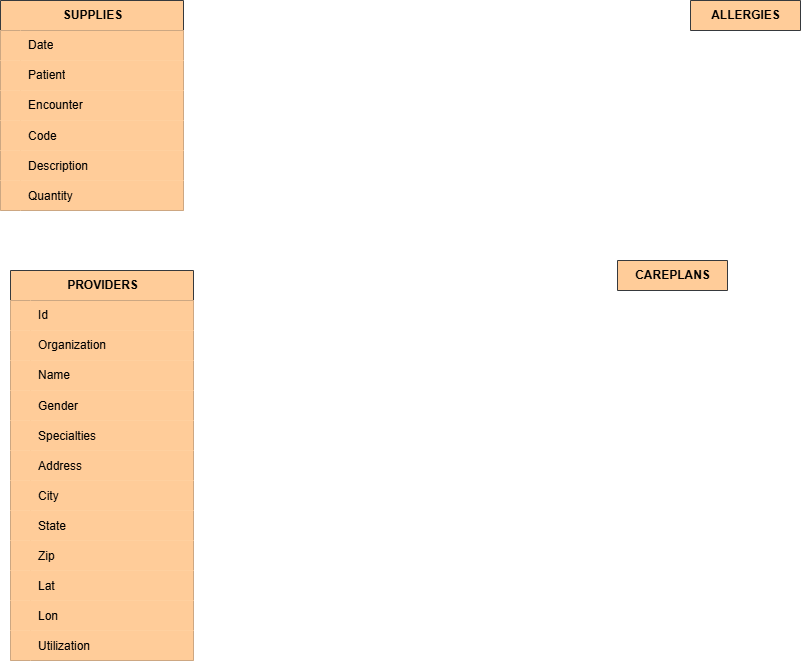
The draw.io diagram BigDataProject.drawio.png in UtsuroNoArashi/BigDataProject, before a commit. Source tidied: cells renumbered, new cells last; positions are measured from the earlier drawing's top-left corner, leaving out a move shared by most shapes.
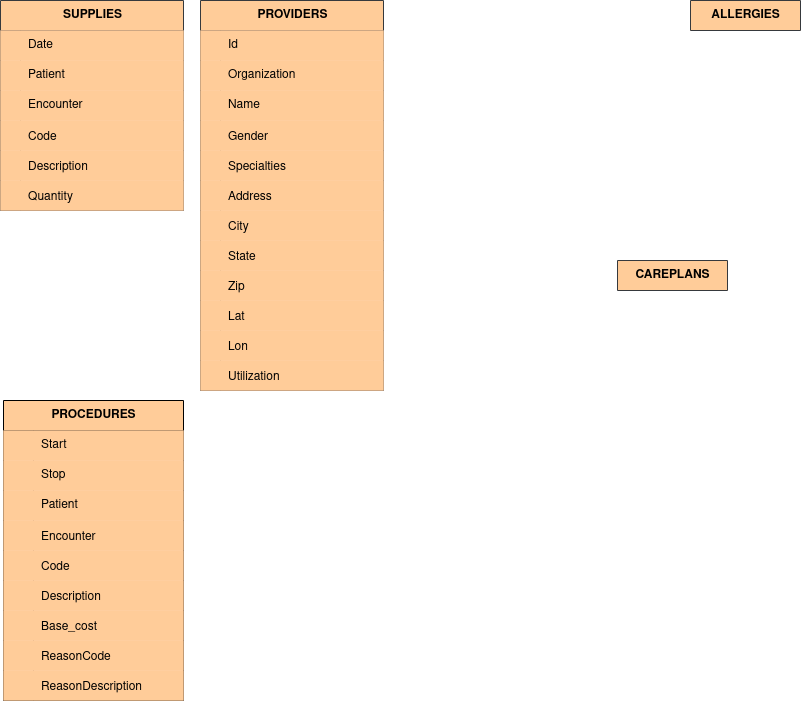
After the commit.

What changed in the source:
```diff
@@ -60,7 +60,7 @@
       <mxGeometry x="20" width="163" height="30" as="geometry" />
     </mxCell>
     <mxCell id="21" value="PROVIDERS" style="shape=table;startSize=30;rowLines=0;fontStyle=1;align=center;html=1;fillColor=light-dark(#FFCC99,#B98351);strokeColor=light-dark(#36393D,#DDE2E4);fontColor=light-dark(#000000,#000000);" parent="1" vertex="1">
-      <mxGeometry x="10" y="270" width="183" height="390" as="geometry" />
+      <mxGeometry x="200" width="183" height="390" as="geometry" />
     </mxCell>
     <mxCell id="22" style="shape=tableRow;horizontal=0;startSize=0;swimlaneHead=0;swimlaneBody=0;fillColor=light-dark(#FFCC99,#B98351);top=0;left=0;right=0;bottom=0;strokeColor=light-dark(#36393D,#DDE2E4);fontColor=light-dark(#000000,#000000);" parent="21" vertex="1">
       <mxGeometry y="30" width="183" height="30" as="geometry" />
@@ -173,6 +173,90 @@
     <mxCell id="58" value="ALLERGIES" style="shape=table;startSize=30;rowLines=0;fontStyle=1;align=center;html=1;fillColor=light-dark(#FFCC99,#B98351);strokeColor=light-dark(#36393D,#DDE2E4);fontColor=light-dark(#000000,#000000);" parent="1" vertex="1" collapsed="1">
       <mxGeometry x="690" width="110" height="30" as="geometry" />
     </mxCell>
+    <mxCell id="60" value="&lt;div&gt;PROCEDURES&lt;/div&gt;" style="shape=table;startSize=30;rowLines=0;fontStyle=1;align=center;html=1;fillColor=light-dark(#FFCC99,#B98351);strokeColor=default;fontColor=light-dark(#000000,#000000);" parent="1" vertex="1">
+      <mxGeometry x="3" y="400" width="180" height="300" as="geometry" />
+    </mxCell>
+    <mxCell id="61" style="shape=tableRow;horizontal=0;startSize=0;swimlaneHead=0;swimlaneBody=0;fillColor=light-dark(#FFCC99,#B98351);top=0;left=0;right=0;bottom=0;strokeColor=default;fontColor=light-dark(#000000,#000000);" parent="60" vertex="1">
+      <mxGeometry y="30" width="180" height="30" as="geometry" />
+    </mxCell>
+    <mxCell id="62" style="shape=partialRectangle;fillColor=light-dark(#FFCC99,#B98351);top=0;left=0;bottom=0;right=0;overflow=hidden;whiteSpace=wrap;html=1;strokeColor=default;fontColor=light-dark(#000000,#000000);" parent="61" vertex="1">
+      <mxGeometry width="30" height="30" as="geometry" />
+    </mxCell>
+    <mxCell id="63" value="Start&lt;span style=&quot;white-space: pre;&quot;&gt;&#9;&lt;/span&gt;" style="shape=partialRectangle;fillColor=light-dark(#FFCC99,#B98351);top=0;left=0;bottom=0;right=0;align=left;spacingLeft=6;overflow=hidden;whiteSpace=wrap;html=1;strokeColor=default;fontColor=light-dark(#000000,#000000);" parent="61" vertex="1">
+      <mxGeometry x="30" width="150" height="30" as="geometry" />
+    </mxCell>
+    <mxCell id="64" style="shape=tableRow;horizontal=0;startSize=0;swimlaneHead=0;swimlaneBody=0;fillColor=light-dark(#FFCC99,#B98351);top=0;left=0;right=0;bottom=0;strokeColor=default;fontColor=light-dark(#000000,#000000);" parent="60" vertex="1">
+      <mxGeometry y="60" width="180" height="30" as="geometry" />
+    </mxCell>
+    <mxCell id="65" style="shape=partialRectangle;fillColor=light-dark(#FFCC99,#B98351);top=0;left=0;bottom=0;right=0;overflow=hidden;whiteSpace=wrap;html=1;strokeColor=default;fontColor=light-dark(#000000,#000000);" parent="64" vertex="1">
+      <mxGeometry width="30" height="30" as="geometry" />
+    </mxCell>
+    <mxCell id="66" value="Stop" style="shape=partialRectangle;fillColor=light-dark(#FFCC99,#B98351);top=0;left=0;bottom=0;right=0;align=left;spacingLeft=6;overflow=hidden;whiteSpace=wrap;html=1;strokeColor=default;fontColor=light-dark(#000000,#000000);" parent="64" vertex="1">
+      <mxGeometry x="30" width="150" height="30" as="geometry" />
+    </mxCell>
+    <mxCell id="67" style="shape=tableRow;horizontal=0;startSize=0;swimlaneHead=0;swimlaneBody=0;fillColor=light-dark(#FFCC99,#B98351);top=0;left=0;right=0;bottom=0;strokeColor=default;fontColor=light-dark(#000000,#000000);" parent="60" vertex="1">
+      <mxGeometry y="90" width="180" height="30" as="geometry" />
+    </mxCell>
+    <mxCell id="68" style="shape=partialRectangle;fillColor=light-dark(#FFCC99,#B98351);top=0;left=0;bottom=0;right=0;overflow=hidden;whiteSpace=wrap;html=1;strokeColor=default;fontColor=light-dark(#000000,#000000);" parent="67" vertex="1">
+      <mxGeometry width="30" height="30" as="geometry" />
+    </mxCell>
+    <mxCell id="69" value="Patient" style="shape=partialRectangle;fillColor=light-dark(#FFCC99,#B98351);top=0;left=0;bottom=0;right=0;align=left;spacingLeft=6;overflow=hidden;whiteSpace=wrap;html=1;strokeColor=default;fontColor=light-dark(#000000,#000000);" parent="67" vertex="1">
+      <mxGeometry x="30" width="150" height="30" as="geometry" />
+    </mxCell>
+    <mxCell id="70" style="shape=tableRow;horizontal=0;startSize=0;swimlaneHead=0;swimlaneBody=0;fillColor=light-dark(#FFCC99,#B98351);top=0;left=0;right=0;bottom=0;strokeColor=default;fontColor=light-dark(#000000,#000000);" parent="60" vertex="1">
+      <mxGeometry y="120" width="180" height="30" as="geometry" />
+    </mxCell>
+    <mxCell id="71" style="shape=partialRectangle;fillColor=light-dark(#FFCC99,#B98351);top=0;left=0;bottom=0;right=0;overflow=hidden;strokeColor=default;fontColor=light-dark(#000000,#000000);" parent="70" vertex="1">
+      <mxGeometry width="30" height="30" as="geometry" />
+    </mxCell>
+    <mxCell id="72" value="Encounter" style="shape=partialRectangle;fillColor=light-dark(#FFCC99,#B98351);top=0;left=0;bottom=0;right=0;align=left;spacingLeft=6;overflow=hidden;strokeColor=default;fontColor=light-dark(#000000,#000000);" parent="70" vertex="1">
+      <mxGeometry x="30" width="150" height="30" as="geometry" />
+    </mxCell>
+    <mxCell id="73" style="shape=tableRow;horizontal=0;startSize=0;swimlaneHead=0;swimlaneBody=0;fillColor=light-dark(#FFCC99,#B98351);top=0;left=0;right=0;bottom=0;strokeColor=default;fontColor=light-dark(#000000,#000000);" parent="60" vertex="1">
+      <mxGeometry y="150" width="180" height="30" as="geometry" />
+    </mxCell>
+    <mxCell id="74" style="shape=partialRectangle;fillColor=light-dark(#FFCC99,#B98351);top=0;left=0;bottom=0;right=0;overflow=hidden;strokeColor=default;fontColor=light-dark(#000000,#000000);" parent="73" vertex="1">
+      <mxGeometry width="30" height="30" as="geometry" />
+    </mxCell>
+    <mxCell id="75" value="Code" style="shape=partialRectangle;fillColor=light-dark(#FFCC99,#B98351);top=0;left=0;bottom=0;right=0;align=left;spacingLeft=6;overflow=hidden;strokeColor=default;fontColor=light-dark(#000000,#000000);" parent="73" vertex="1">
+      <mxGeometry x="30" width="150" height="30" as="geometry" />
+    </mxCell>
+    <mxCell id="76" style="shape=tableRow;horizontal=0;startSize=0;swimlaneHead=0;swimlaneBody=0;fillColor=light-dark(#FFCC99,#B98351);top=0;left=0;right=0;bottom=0;strokeColor=default;fontColor=light-dark(#000000,#000000);" parent="60" vertex="1">
+      <mxGeometry y="180" width="180" height="30" as="geometry" />
+    </mxCell>
+    <mxCell id="77" style="shape=partialRectangle;fillColor=light-dark(#FFCC99,#B98351);top=0;left=0;bottom=0;right=0;overflow=hidden;strokeColor=default;fontColor=light-dark(#000000,#000000);" parent="76" vertex="1">
+      <mxGeometry width="30" height="30" as="geometry" />
+    </mxCell>
+    <mxCell id="78" value="Description" style="shape=partialRectangle;fillColor=light-dark(#FFCC99,#B98351);top=0;left=0;bottom=0;right=0;align=left;spacingLeft=6;overflow=hidden;strokeColor=default;fontColor=light-dark(#000000,#000000);" parent="76" vertex="1">
+      <mxGeometry x="30" width="150" height="30" as="geometry" />
+    </mxCell>
+    <mxCell id="79" style="shape=tableRow;horizontal=0;startSize=0;swimlaneHead=0;swimlaneBody=0;fillColor=light-dark(#FFCC99,#B98351);top=0;left=0;right=0;bottom=0;strokeColor=default;fontColor=light-dark(#000000,#000000);" parent="60" vertex="1">
+      <mxGeometry y="210" width="180" height="30" as="geometry" />
+    </mxCell>
+    <mxCell id="80" value="    " style="shape=partialRectangle;fillColor=light-dark(#FFCC99,#B98351);top=0;left=0;bottom=0;right=0;overflow=hidden;strokeColor=default;fontColor=light-dark(#000000,#000000);" parent="79" vertex="1">
+      <mxGeometry width="30" height="30" as="geometry" />
+    </mxCell>
+    <mxCell id="81" value="Base_cost" style="shape=partialRectangle;fillColor=light-dark(#FFCC99,#B98351);top=0;left=0;bottom=0;right=0;align=left;spacingLeft=6;overflow=hidden;strokeColor=default;fontColor=light-dark(#000000,#000000);" parent="79" vertex="1">
+      <mxGeometry x="30" width="150" height="30" as="geometry" />
+    </mxCell>
+    <mxCell id="82" style="shape=tableRow;horizontal=0;startSize=0;swimlaneHead=0;swimlaneBody=0;fillColor=light-dark(#FFCC99,#B98351);top=0;left=0;right=0;bottom=0;strokeColor=default;fontColor=light-dark(#000000,#000000);" parent="60" vertex="1">
+      <mxGeometry y="240" width="180" height="30" as="geometry" />
+    </mxCell>
+    <mxCell id="83" value="    " style="shape=partialRectangle;fillColor=light-dark(#FFCC99,#B98351);top=0;left=0;bottom=0;right=0;overflow=hidden;strokeColor=default;fontColor=light-dark(#000000,#000000);" parent="82" vertex="1">
+      <mxGeometry width="30" height="30" as="geometry" />
+    </mxCell>
+    <mxCell id="84" value="ReasonCode" style="shape=partialRectangle;fillColor=light-dark(#FFCC99,#B98351);top=0;left=0;bottom=0;right=0;align=left;spacingLeft=6;overflow=hidden;strokeColor=default;fontColor=light-dark(#000000,#000000);" parent="82" vertex="1">
+      <mxGeometry x="30" width="150" height="30" as="geometry" />
+    </mxCell>
+    <mxCell id="85" style="shape=tableRow;horizontal=0;startSize=0;swimlaneHead=0;swimlaneBody=0;fillColor=light-dark(#FFCC99,#B98351);top=0;left=0;right=0;bottom=0;strokeColor=default;fontColor=light-dark(#000000,#000000);" parent="60" vertex="1">
+      <mxGeometry y="270" width="180" height="30" as="geometry" />
+    </mxCell>
+    <mxCell id="86" value="    " style="shape=partialRectangle;fillColor=light-dark(#FFCC99,#B98351);top=0;left=0;bottom=0;right=0;overflow=hidden;strokeColor=default;fontColor=light-dark(#000000,#000000);" parent="85" vertex="1">
+      <mxGeometry width="30" height="30" as="geometry" />
+    </mxCell>
+    <mxCell id="87" value="ReasonDescription" style="shape=partialRectangle;fillColor=light-dark(#FFCC99,#B98351);top=0;left=0;bottom=0;right=0;align=left;spacingLeft=6;overflow=hidden;strokeColor=default;fontColor=light-dark(#000000,#000000);" parent="85" vertex="1">
+      <mxGeometry x="30" width="150" height="30" as="geometry" />
+    </mxCell>
     <mxCell id="59" value="CAREPLANS" style="shape=table;startSize=30;rowLines=0;fontStyle=1;align=center;html=1;fillColor=light-dark(#FFCC99,#B98351);strokeColor=light-dark(#36393D,#DDE2E4);fontColor=light-dark(#000000,#000000);" parent="1" vertex="1" collapsed="1">
       <mxGeometry x="617" y="260" width="110" height="30" as="geometry" />
     </mxCell>
```
